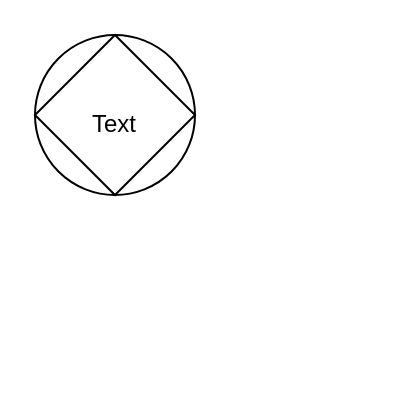
Before: src/git.drawio in EPyepesosorio/eliana, a draw.io diagram. Source tidied: cells renumbered, new cells numbered last; positions are measured from the earlier drawing's top-left corner, leaving out a move shared by most shapes. Both pictures are drawn from the tidied source at 200%, with x=0, y=0 at pixel (34, 34).
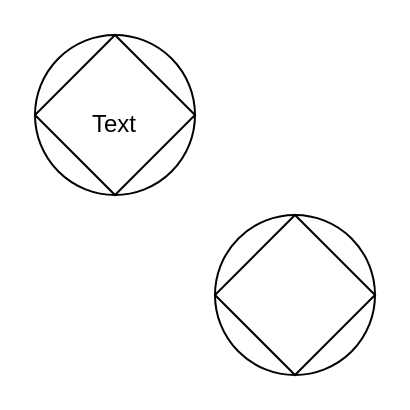
After the change.

Commit message:
Add new shapes to draw.io diagram

What changed in the source:
```diff
@@
 <mxGraphModel>
   <root>
     <mxCell id="0" />
     <mxCell id="1" parent="0" />
     <mxCell id="2" style="ellipse;whiteSpace=wrap;html=1;" parent="1" vertex="1">
       <mxGeometry width="80" height="80" as="geometry" />
     </mxCell>
     <mxCell id="3" style="rhombus;whiteSpace=wrap;html=1;" parent="1" vertex="1">
       <mxGeometry width="80" height="80" as="geometry" />
     </mxCell>
     <mxCell id="4" value="Text" style="text;strokeColor=none;align=center;fillColor=none;html=1;verticalAlign=middle;whiteSpace=wrap;rounded=0;" parent="1" vertex="1">
       <mxGeometry x="10" y="30" width="60" height="30" as="geometry" />
     </mxCell>
+    <mxCell id="5" style="ellipse;whiteSpace=wrap;html=1;" parent="1" vertex="1">
+      <mxGeometry x="90" y="90" width="80" height="80" as="geometry" />
+    </mxCell>
+    <mxCell id="6" style="rhombus;whiteSpace=wrap;html=1;" parent="1" vertex="1">
+      <mxGeometry x="90" y="90" width="80" height="80" as="geometry" />
+    </mxCell>
   </root>
 </mxGraphModel>
```
